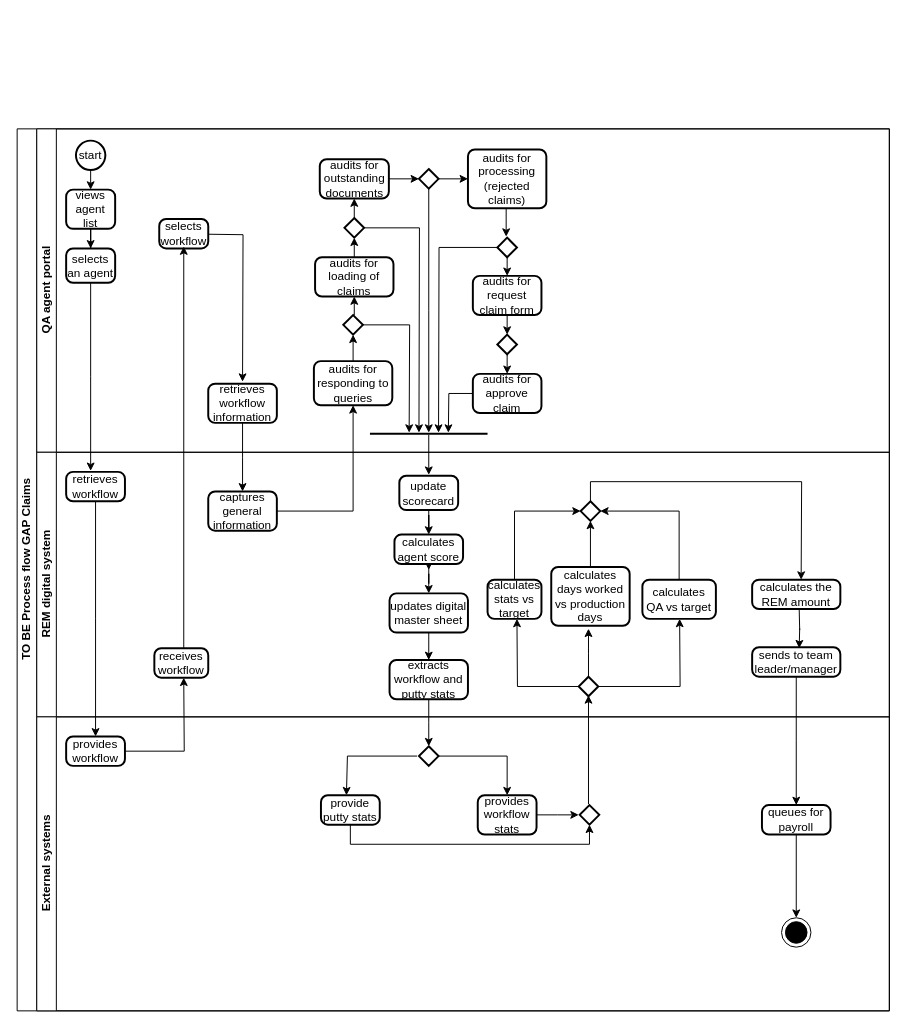
TJ-Kwetsane1993/Thato keeps this draw.io diagram as Gapclaims.drawio. Above is the earlier version. Source tidied: cells renumbered, new cells numbered last; positions are measured from the earlier drawing's top-left corner, leaving out a move shared by most shapes. Both pictures are drawn from the tidied source at 98%, with x=0, y=0 at pixel (17, 128).
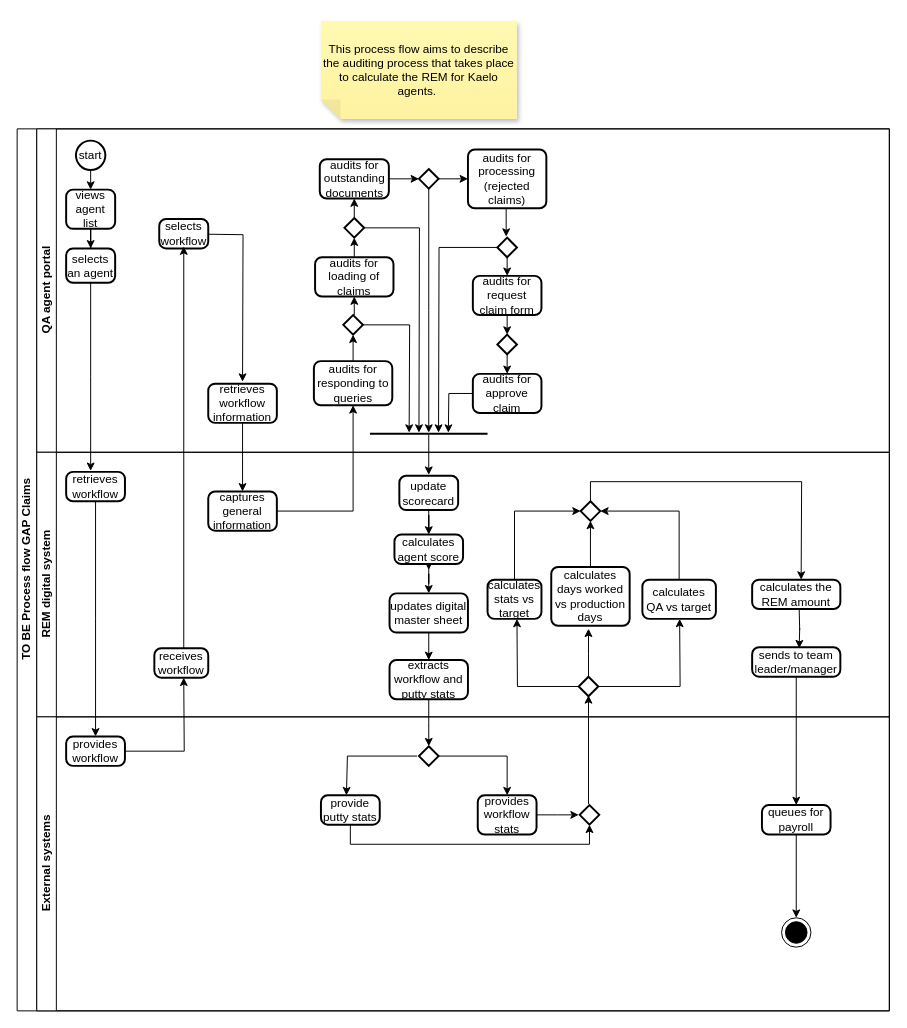
The same page after the edit.

Diff of the diagram source:
```diff
@@
+    <mxCell id="92" value="&lt;p class=&quot;MsoNormal&quot;&gt;This process flow aims to describe the auditing process that&amp;nbsp;takes place to calculate the REM for Kaelo agents.&amp;nbsp;&lt;/p&gt;" style="shape=note;whiteSpace=wrap;html=1;backgroundOutline=1;fontColor=#000000;darkOpacity=0.05;fillColor=#FFF9B2;strokeColor=none;fillStyle=solid;direction=west;gradientDirection=north;gradientColor=#FFF2A1;shadow=1;size=20;" parent="1" vertex="1">
+      <mxGeometry x="310" y="-110" width="200" height="100" as="geometry" />
+    </mxCell>
```
